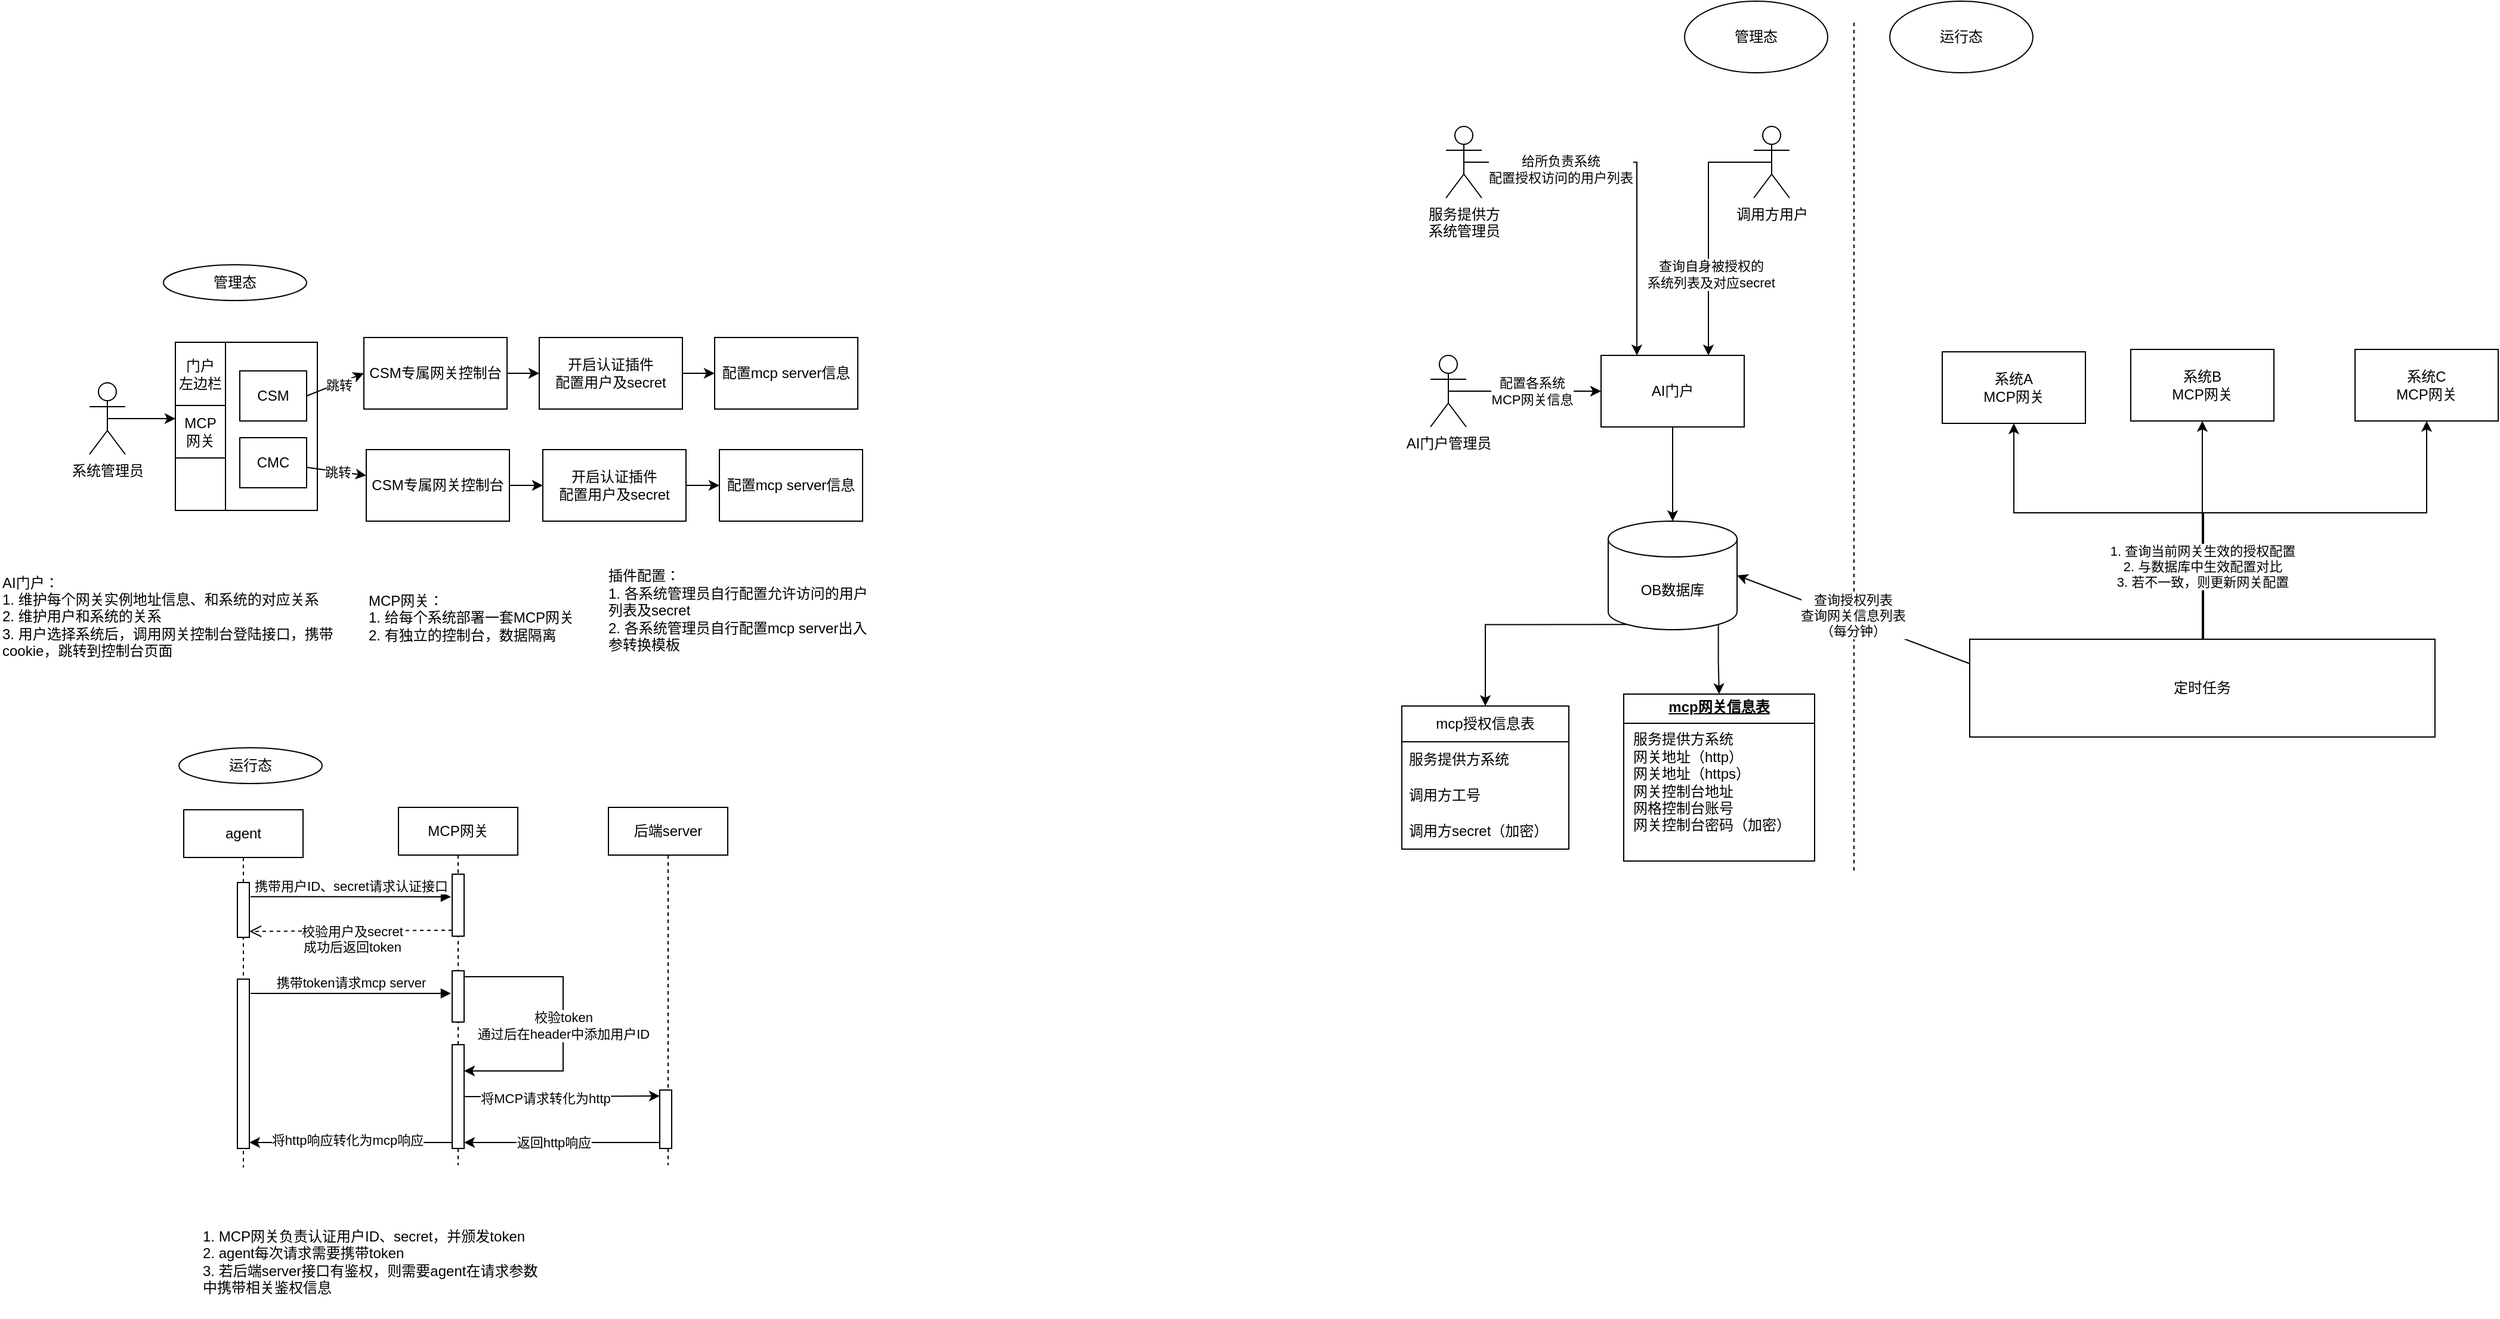
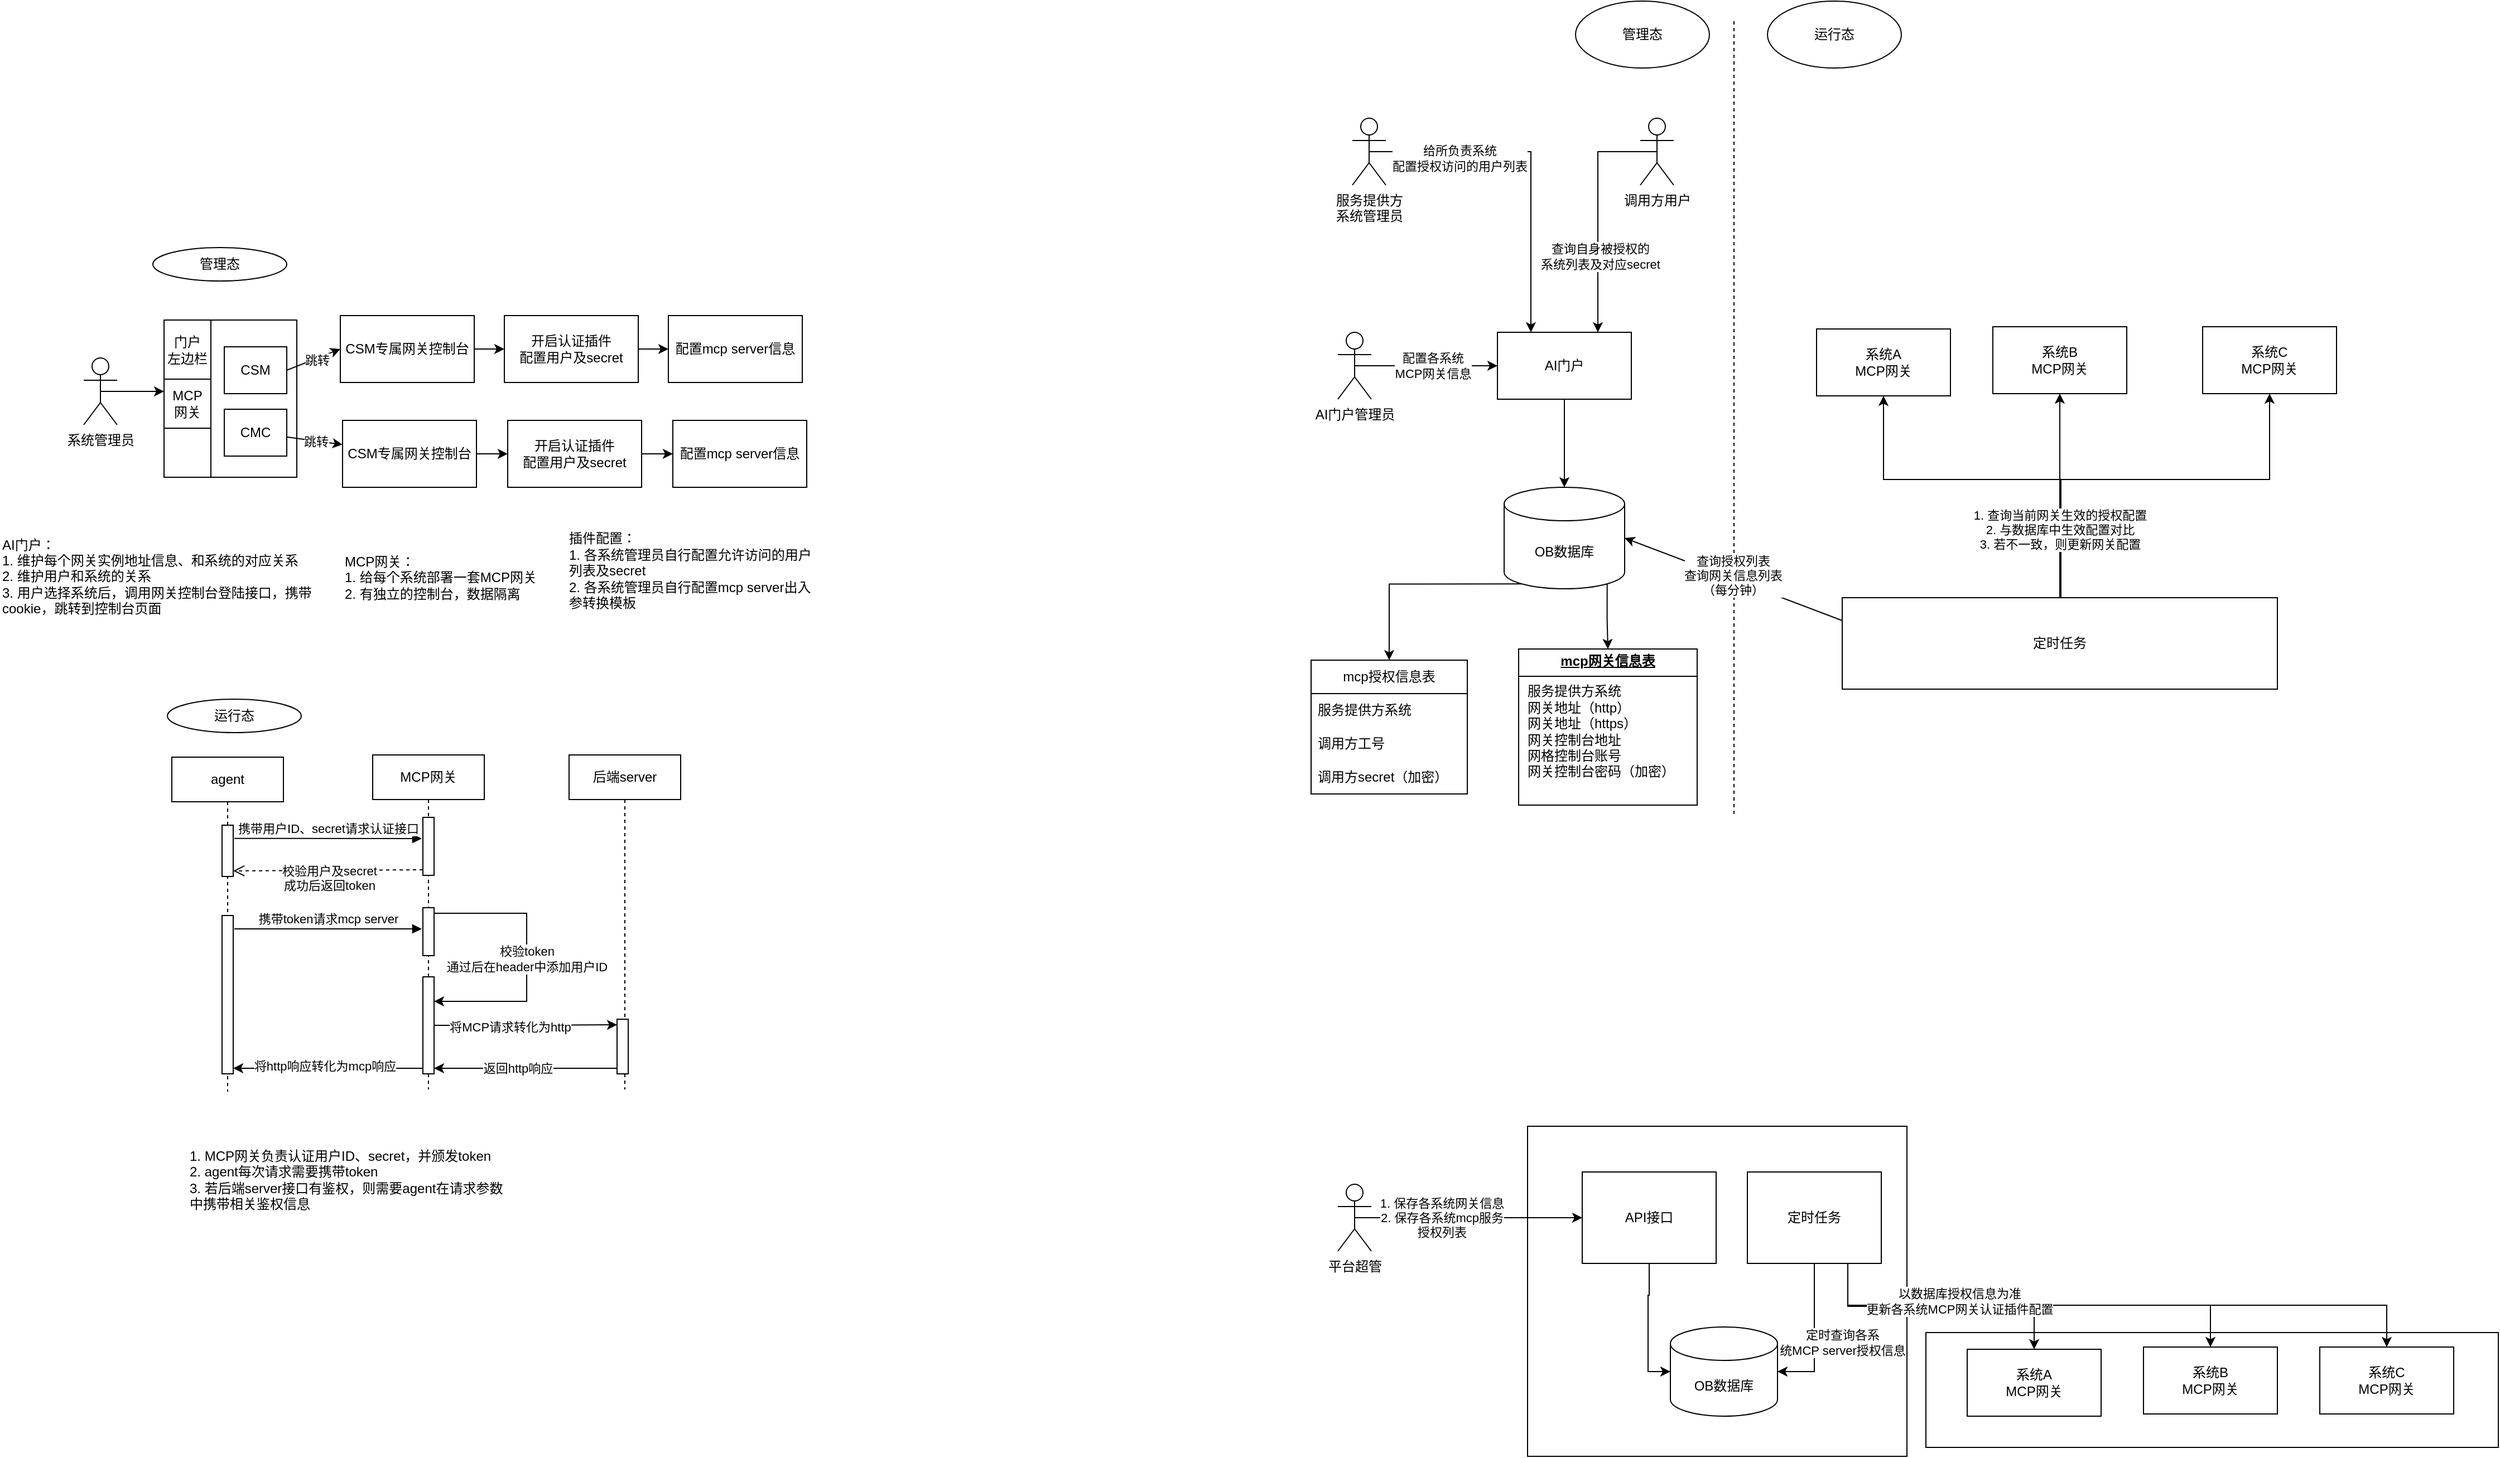
<mxfile host="app.diagrams.net">
  <diagram name="第 1 页" id="v2hsfRa7gXxFo1c_jMZc">
-     <mxGraphModel dx="1734" dy="1271" grid="0" gridSize="10" guides="1" tooltips="1" connect="1" arrows="1" fold="1" page="0" pageScale="1" pageWidth="827" pageHeight="1169" math="0" shadow="0">
+     <mxGraphModel dx="1568" dy="1163" grid="0" gridSize="10" guides="1" tooltips="1" connect="1" arrows="1" fold="1" page="0" pageScale="1" pageWidth="827" pageHeight="1169" math="0" shadow="0">
      <root>
        <mxCell id="0" />
        <mxCell id="1" parent="0" />
+         <mxCell id="0jYzeJ2Ehw4HYuAYkjmJ-43" parent="1" style="rounded=0;whiteSpace=wrap;html=1;" value="" vertex="1">
+           <mxGeometry height="103" width="513" x="1637" y="1012" as="geometry" />
+         </mxCell>
        <mxCell id="Vr7ZYQnQsq7QcT0ujrnK-1" parent="1" style="rounded=0;whiteSpace=wrap;html=1;" value="" vertex="1">
          <mxGeometry height="141" width="119" x="58" y="104" as="geometry" />
        </mxCell>
        <mxCell id="Vr7ZYQnQsq7QcT0ujrnK-2" parent="1" style="rounded=0;whiteSpace=wrap;html=1;" value="" vertex="1">
          <mxGeometry height="141" width="42" x="58" y="104" as="geometry" />
        </mxCell>
        <mxCell id="Vr7ZYQnQsq7QcT0ujrnK-4" parent="1" style="rounded=0;whiteSpace=wrap;html=1;" value="MCP&lt;div&gt;网关&lt;/div&gt;" vertex="1">
          <mxGeometry height="44" width="42" x="58" y="157" as="geometry" />
        </mxCell>
        <mxCell id="Vr7ZYQnQsq7QcT0ujrnK-5" parent="1" style="rounded=0;whiteSpace=wrap;html=1;" value="门户&lt;div&gt;左边栏&lt;/div&gt;" vertex="1">
          <mxGeometry height="53" width="42" x="58" y="104" as="geometry" />
        </mxCell>
        <mxCell id="Vr7ZYQnQsq7QcT0ujrnK-9" edge="1" parent="1" source="Vr7ZYQnQsq7QcT0ujrnK-6" style="rounded=0;orthogonalLoop=1;jettySize=auto;html=1;exitX=1;exitY=0.5;exitDx=0;exitDy=0;entryX=0;entryY=0.5;entryDx=0;entryDy=0;" target="Vr7ZYQnQsq7QcT0ujrnK-8">
          <mxGeometry relative="1" as="geometry" />
        </mxCell>
        <mxCell id="Vr7ZYQnQsq7QcT0ujrnK-12" connectable="0" parent="Vr7ZYQnQsq7QcT0ujrnK-9" style="edgeLabel;html=1;align=center;verticalAlign=middle;resizable=0;points=[];" value="跳转" vertex="1">
          <mxGeometry relative="1" x="0.0797" y="-1" as="geometry">
            <mxPoint as="offset" />
          </mxGeometry>
        </mxCell>
        <mxCell id="Vr7ZYQnQsq7QcT0ujrnK-6" parent="1" style="rounded=0;whiteSpace=wrap;html=1;" value="CSM" vertex="1">
          <mxGeometry height="42" width="56" x="112" y="128" as="geometry" />
        </mxCell>
        <mxCell id="Vr7ZYQnQsq7QcT0ujrnK-11" edge="1" parent="1" source="Vr7ZYQnQsq7QcT0ujrnK-7" style="rounded=0;orthogonalLoop=1;jettySize=auto;html=1;" target="Vr7ZYQnQsq7QcT0ujrnK-10" value="">
          <mxGeometry relative="1" as="geometry" />
        </mxCell>
        <mxCell id="Vr7ZYQnQsq7QcT0ujrnK-13" connectable="0" parent="Vr7ZYQnQsq7QcT0ujrnK-11" style="edgeLabel;html=1;align=center;verticalAlign=middle;resizable=0;points=[];" value="跳转" vertex="1">
          <mxGeometry relative="1" x="0.0168" as="geometry">
            <mxPoint as="offset" />
          </mxGeometry>
        </mxCell>
        <mxCell id="Vr7ZYQnQsq7QcT0ujrnK-7" parent="1" style="rounded=0;whiteSpace=wrap;html=1;" value="CMC" vertex="1">
          <mxGeometry height="42" width="56" x="112" y="184" as="geometry" />
        </mxCell>
        <mxCell id="Vr7ZYQnQsq7QcT0ujrnK-15" edge="1" parent="1" source="Vr7ZYQnQsq7QcT0ujrnK-8" style="edgeStyle=orthogonalEdgeStyle;rounded=0;orthogonalLoop=1;jettySize=auto;html=1;" target="Vr7ZYQnQsq7QcT0ujrnK-14" value="">
          <mxGeometry relative="1" as="geometry" />
        </mxCell>
        <mxCell id="Vr7ZYQnQsq7QcT0ujrnK-8" parent="1" style="rounded=0;whiteSpace=wrap;html=1;" value="CSM专属网关控制台" vertex="1">
          <mxGeometry height="60" width="120" x="216" y="100" as="geometry" />
        </mxCell>
        <mxCell id="Vr7ZYQnQsq7QcT0ujrnK-17" edge="1" parent="1" source="Vr7ZYQnQsq7QcT0ujrnK-10" style="edgeStyle=orthogonalEdgeStyle;rounded=0;orthogonalLoop=1;jettySize=auto;html=1;" target="Vr7ZYQnQsq7QcT0ujrnK-16" value="">
          <mxGeometry relative="1" as="geometry" />
        </mxCell>
        <mxCell id="Vr7ZYQnQsq7QcT0ujrnK-10" parent="1" style="rounded=0;whiteSpace=wrap;html=1;" value="CSM专属网关控制台" vertex="1">
          <mxGeometry height="60" width="120" x="218" y="194" as="geometry" />
        </mxCell>
        <mxCell id="Vr7ZYQnQsq7QcT0ujrnK-43" edge="1" parent="1" source="Vr7ZYQnQsq7QcT0ujrnK-14" style="edgeStyle=orthogonalEdgeStyle;rounded=0;orthogonalLoop=1;jettySize=auto;html=1;" target="Vr7ZYQnQsq7QcT0ujrnK-42" value="">
          <mxGeometry relative="1" as="geometry" />
        </mxCell>
        <mxCell id="Vr7ZYQnQsq7QcT0ujrnK-14" parent="1" style="rounded=0;whiteSpace=wrap;html=1;" value="开启认证插件&lt;div&gt;配置用户及secret&lt;/div&gt;" vertex="1">
          <mxGeometry height="60" width="120" x="363" y="100" as="geometry" />
        </mxCell>
        <mxCell id="Vr7ZYQnQsq7QcT0ujrnK-45" edge="1" parent="1" source="Vr7ZYQnQsq7QcT0ujrnK-16" style="edgeStyle=orthogonalEdgeStyle;rounded=0;orthogonalLoop=1;jettySize=auto;html=1;" target="Vr7ZYQnQsq7QcT0ujrnK-44" value="">
          <mxGeometry relative="1" as="geometry" />
        </mxCell>
        <mxCell id="Vr7ZYQnQsq7QcT0ujrnK-16" parent="1" style="rounded=0;whiteSpace=wrap;html=1;" value="开启认证插件&lt;div&gt;配置用户及secret&lt;/div&gt;" vertex="1">
          <mxGeometry height="60" width="120" x="366" y="194" as="geometry" />
        </mxCell>
        <mxCell id="Vr7ZYQnQsq7QcT0ujrnK-18" parent="1" style="ellipse;whiteSpace=wrap;html=1;" value="管理态" vertex="1">
          <mxGeometry height="30" width="120" x="48" y="39" as="geometry" />
        </mxCell>
        <mxCell id="Vr7ZYQnQsq7QcT0ujrnK-19" parent="1" style="ellipse;whiteSpace=wrap;html=1;" value="运行态" vertex="1">
          <mxGeometry height="30" width="120" x="61" y="444" as="geometry" />
        </mxCell>
        <mxCell id="Vr7ZYQnQsq7QcT0ujrnK-20" parent="1" style="shape=umlLifeline;perimeter=lifelinePerimeter;whiteSpace=wrap;html=1;container=1;dropTarget=0;collapsible=0;recursiveResize=0;outlineConnect=0;portConstraint=eastwest;newEdgeStyle={&quot;curved&quot;:0,&quot;rounded&quot;:0};" value="agent" vertex="1">
          <mxGeometry height="300" width="100" x="65" y="496" as="geometry" />
        </mxCell>
        <mxCell id="Vr7ZYQnQsq7QcT0ujrnK-26" parent="Vr7ZYQnQsq7QcT0ujrnK-20" style="html=1;points=[[0,0,0,0,5],[0,1,0,0,-5],[1,0,0,0,5],[1,1,0,0,-5]];perimeter=orthogonalPerimeter;outlineConnect=0;targetShapes=umlLifeline;portConstraint=eastwest;newEdgeStyle={&quot;curved&quot;:0,&quot;rounded&quot;:0};" value="" vertex="1">
          <mxGeometry height="46" width="10" x="45" y="61" as="geometry" />
        </mxCell>
        <mxCell id="Vr7ZYQnQsq7QcT0ujrnK-21" parent="1" style="shape=umlLifeline;perimeter=lifelinePerimeter;whiteSpace=wrap;html=1;container=1;dropTarget=0;collapsible=0;recursiveResize=0;outlineConnect=0;portConstraint=eastwest;newEdgeStyle={&quot;curved&quot;:0,&quot;rounded&quot;:0};" value="MCP网关" vertex="1">
          <mxGeometry height="300" width="100" x="245" y="494" as="geometry" />
        </mxCell>
        <mxCell id="Vr7ZYQnQsq7QcT0ujrnK-23" parent="Vr7ZYQnQsq7QcT0ujrnK-21" style="html=1;points=[[0,0,0,0,5],[0,1,0,0,-5],[1,0,0,0,5],[1,1,0,0,-5]];perimeter=orthogonalPerimeter;outlineConnect=0;targetShapes=umlLifeline;portConstraint=eastwest;newEdgeStyle={&quot;curved&quot;:0,&quot;rounded&quot;:0};" value="" vertex="1">
          <mxGeometry height="52" width="10" x="45" y="56" as="geometry" />
        </mxCell>
        <mxCell id="Vr7ZYQnQsq7QcT0ujrnK-31" edge="1" parent="Vr7ZYQnQsq7QcT0ujrnK-21" source="Vr7ZYQnQsq7QcT0ujrnK-28" style="edgeStyle=orthogonalEdgeStyle;rounded=0;orthogonalLoop=1;jettySize=auto;html=1;curved=0;exitX=1;exitY=0;exitDx=0;exitDy=5;exitPerimeter=0;" target="Vr7ZYQnQsq7QcT0ujrnK-30">
          <mxGeometry relative="1" as="geometry">
            <Array as="points">
              <mxPoint x="138" y="142" />
              <mxPoint x="138" y="221" />
            </Array>
          </mxGeometry>
        </mxCell>
        <mxCell id="Vr7ZYQnQsq7QcT0ujrnK-32" connectable="0" parent="Vr7ZYQnQsq7QcT0ujrnK-31" style="edgeLabel;html=1;align=center;verticalAlign=middle;resizable=0;points=[];" value="校验token&lt;div&gt;通过后在header中添加用户ID&lt;/div&gt;" vertex="1">
          <mxGeometry relative="1" x="-0.2068" y="1" as="geometry">
            <mxPoint x="-1" y="27" as="offset" />
          </mxGeometry>
        </mxCell>
        <mxCell id="Vr7ZYQnQsq7QcT0ujrnK-28" parent="Vr7ZYQnQsq7QcT0ujrnK-21" style="html=1;points=[[0,0,0,0,5],[0,1,0,0,-5],[1,0,0,0,5],[1,1,0,0,-5]];perimeter=orthogonalPerimeter;outlineConnect=0;targetShapes=umlLifeline;portConstraint=eastwest;newEdgeStyle={&quot;curved&quot;:0,&quot;rounded&quot;:0};" value="" vertex="1">
          <mxGeometry height="43" width="10" x="45" y="137" as="geometry" />
        </mxCell>
        <mxCell id="Vr7ZYQnQsq7QcT0ujrnK-27" parent="Vr7ZYQnQsq7QcT0ujrnK-21" style="html=1;points=[[0,0,0,0,5],[0,1,0,0,-5],[1,0,0,0,5],[1,1,0,0,-5]];perimeter=orthogonalPerimeter;outlineConnect=0;targetShapes=umlLifeline;portConstraint=eastwest;newEdgeStyle={&quot;curved&quot;:0,&quot;rounded&quot;:0};" value="" vertex="1">
          <mxGeometry height="142" width="10" x="-135" y="144" as="geometry" />
        </mxCell>
        <mxCell id="Vr7ZYQnQsq7QcT0ujrnK-29" edge="1" parent="Vr7ZYQnQsq7QcT0ujrnK-21" style="html=1;verticalAlign=bottom;endArrow=block;curved=0;rounded=0;exitX=0.56;exitY=0.243;exitDx=0;exitDy=0;exitPerimeter=0;" value="携带token请求mcp server">
          <mxGeometry relative="1" as="geometry">
            <mxPoint x="-124" y="156" as="sourcePoint" />
            <mxPoint x="44" y="156" as="targetPoint" />
          </mxGeometry>
        </mxCell>
        <mxCell id="Vr7ZYQnQsq7QcT0ujrnK-30" parent="Vr7ZYQnQsq7QcT0ujrnK-21" style="html=1;points=[[0,0,0,0,5],[0,1,0,0,-5],[1,0,0,0,5],[1,1,0,0,-5]];perimeter=orthogonalPerimeter;outlineConnect=0;targetShapes=umlLifeline;portConstraint=eastwest;newEdgeStyle={&quot;curved&quot;:0,&quot;rounded&quot;:0};" value="" vertex="1">
          <mxGeometry height="87" width="10" x="45" y="199" as="geometry" />
        </mxCell>
        <mxCell id="Vr7ZYQnQsq7QcT0ujrnK-39" edge="1" parent="Vr7ZYQnQsq7QcT0ujrnK-21" source="Vr7ZYQnQsq7QcT0ujrnK-30" style="edgeStyle=orthogonalEdgeStyle;rounded=0;orthogonalLoop=1;jettySize=auto;html=1;curved=0;exitX=0;exitY=1;exitDx=0;exitDy=-5;exitPerimeter=0;entryX=1;entryY=1;entryDx=0;entryDy=-5;entryPerimeter=0;" target="Vr7ZYQnQsq7QcT0ujrnK-27">
          <mxGeometry relative="1" as="geometry" />
        </mxCell>
        <mxCell id="Vr7ZYQnQsq7QcT0ujrnK-41" connectable="0" parent="Vr7ZYQnQsq7QcT0ujrnK-39" style="edgeLabel;html=1;align=center;verticalAlign=middle;resizable=0;points=[];" value="将http响应转化为mcp响应" vertex="1">
          <mxGeometry relative="1" x="0.0353" y="-2" as="geometry">
            <mxPoint as="offset" />
          </mxGeometry>
        </mxCell>
        <mxCell id="Vr7ZYQnQsq7QcT0ujrnK-22" parent="1" style="shape=umlLifeline;perimeter=lifelinePerimeter;whiteSpace=wrap;html=1;container=1;dropTarget=0;collapsible=0;recursiveResize=0;outlineConnect=0;portConstraint=eastwest;newEdgeStyle={&quot;curved&quot;:0,&quot;rounded&quot;:0};" value="后端server" vertex="1">
          <mxGeometry height="300" width="100" x="421" y="494" as="geometry" />
        </mxCell>
        <mxCell id="Vr7ZYQnQsq7QcT0ujrnK-33" parent="Vr7ZYQnQsq7QcT0ujrnK-22" style="html=1;points=[[0,0,0,0,5],[0,1,0,0,-5],[1,0,0,0,5],[1,1,0,0,-5]];perimeter=orthogonalPerimeter;outlineConnect=0;targetShapes=umlLifeline;portConstraint=eastwest;newEdgeStyle={&quot;curved&quot;:0,&quot;rounded&quot;:0};" value="" vertex="1">
          <mxGeometry height="49" width="10" x="43" y="237" as="geometry" />
        </mxCell>
        <mxCell id="Vr7ZYQnQsq7QcT0ujrnK-24" edge="1" parent="1" source="Vr7ZYQnQsq7QcT0ujrnK-20" style="html=1;verticalAlign=bottom;endArrow=block;curved=0;rounded=0;exitX=0.56;exitY=0.243;exitDx=0;exitDy=0;exitPerimeter=0;" value="携带用户ID、secret请求认证接口">
          <mxGeometry relative="1" as="geometry">
            <mxPoint x="121" y="574" as="sourcePoint" />
            <mxPoint x="289" y="569" as="targetPoint" />
          </mxGeometry>
        </mxCell>
        <mxCell id="Vr7ZYQnQsq7QcT0ujrnK-35" edge="1" parent="1" source="Vr7ZYQnQsq7QcT0ujrnK-23" style="html=1;verticalAlign=bottom;endArrow=open;dashed=1;endSize=8;curved=0;rounded=0;exitX=0;exitY=1;exitDx=0;exitDy=-5;exitPerimeter=0;entryX=1;entryY=1;entryDx=0;entryDy=-5;entryPerimeter=0;" target="Vr7ZYQnQsq7QcT0ujrnK-26" value="校验用户及secret&lt;div&gt;成功后返回token&lt;/div&gt;">
          <mxGeometry relative="1" x="-0.0102" y="23" as="geometry">
            <mxPoint as="offset" />
            <mxPoint x="266" y="592" as="sourcePoint" />
            <mxPoint x="198" y="595" as="targetPoint" />
          </mxGeometry>
        </mxCell>
        <mxCell id="Vr7ZYQnQsq7QcT0ujrnK-36" edge="1" parent="1" source="Vr7ZYQnQsq7QcT0ujrnK-30" style="edgeStyle=orthogonalEdgeStyle;rounded=0;orthogonalLoop=1;jettySize=auto;html=1;curved=0;entryX=0;entryY=0;entryDx=0;entryDy=5;entryPerimeter=0;" target="Vr7ZYQnQsq7QcT0ujrnK-33">
          <mxGeometry relative="1" as="geometry" />
        </mxCell>
        <mxCell id="Vr7ZYQnQsq7QcT0ujrnK-37" connectable="0" parent="Vr7ZYQnQsq7QcT0ujrnK-36" style="edgeLabel;html=1;align=center;verticalAlign=middle;resizable=0;points=[];" value="将MCP请求转化为http" vertex="1">
          <mxGeometry relative="1" x="-0.1733" as="geometry">
            <mxPoint y="1" as="offset" />
          </mxGeometry>
        </mxCell>
        <mxCell id="Vr7ZYQnQsq7QcT0ujrnK-38" edge="1" parent="1" source="Vr7ZYQnQsq7QcT0ujrnK-33" style="edgeStyle=orthogonalEdgeStyle;rounded=0;orthogonalLoop=1;jettySize=auto;html=1;curved=0;exitX=0;exitY=1;exitDx=0;exitDy=-5;exitPerimeter=0;entryX=1;entryY=1;entryDx=0;entryDy=-5;entryPerimeter=0;" target="Vr7ZYQnQsq7QcT0ujrnK-30">
          <mxGeometry relative="1" as="geometry" />
        </mxCell>
        <mxCell id="Vr7ZYQnQsq7QcT0ujrnK-40" connectable="0" parent="Vr7ZYQnQsq7QcT0ujrnK-38" style="edgeLabel;html=1;align=center;verticalAlign=middle;resizable=0;points=[];" value="返回http响应" vertex="1">
          <mxGeometry relative="1" x="0.0854" as="geometry">
            <mxPoint as="offset" />
          </mxGeometry>
        </mxCell>
        <mxCell id="Vr7ZYQnQsq7QcT0ujrnK-42" parent="1" style="rounded=0;whiteSpace=wrap;html=1;" value="配置mcp server信息" vertex="1">
          <mxGeometry height="60" width="120" x="510" y="100" as="geometry" />
        </mxCell>
        <mxCell id="Vr7ZYQnQsq7QcT0ujrnK-44" parent="1" style="rounded=0;whiteSpace=wrap;html=1;" value="配置mcp server信息" vertex="1">
          <mxGeometry height="60" width="120" x="514" y="194" as="geometry" />
        </mxCell>
        <mxCell id="Vr7ZYQnQsq7QcT0ujrnK-47" parent="1" style="text;html=1;whiteSpace=wrap;strokeColor=none;fillColor=none;align=left;verticalAlign=middle;rounded=0;" value="AI门户：&lt;div&gt;1. 维护每个网关实例地址信息、和系统的对应关系&lt;/div&gt;&lt;div&gt;2. 维护用户和系统的关系&lt;/div&gt;&lt;div&gt;3. 用户选择系统后，调用网关控制台登陆接口，携带cookie，跳转到控制台页面&lt;/div&gt;" vertex="1">
          <mxGeometry height="124" width="280" x="-89" y="272" as="geometry" />
        </mxCell>
        <mxCell id="Vr7ZYQnQsq7QcT0ujrnK-48" parent="1" style="text;html=1;whiteSpace=wrap;strokeColor=none;fillColor=none;align=left;verticalAlign=middle;rounded=0;" value="1. MCP网关负责认证用户ID、secret，并颁发token&lt;br&gt;2. agent每次请求需要携带token&lt;br&gt;&lt;div&gt;3. 若后端server接口有鉴权，则需要agent在请求参数中携带相关鉴权信息&lt;/div&gt;" vertex="1">
          <mxGeometry height="95" width="287" x="79" y="827" as="geometry" />
        </mxCell>
        <mxCell id="Vr7ZYQnQsq7QcT0ujrnK-49" parent="1" style="text;html=1;whiteSpace=wrap;strokeColor=none;fillColor=none;align=left;verticalAlign=middle;rounded=0;" value="MCP网关：&lt;div&gt;1. 给每个系统部署一套MCP网关&lt;/div&gt;&lt;div&gt;2. 有独立的控制台，数据隔离&lt;/div&gt;&lt;div&gt;&lt;br&gt;&lt;/div&gt;" vertex="1">
          <mxGeometry height="124" width="178" x="218" y="280" as="geometry" />
        </mxCell>
        <mxCell id="Vr7ZYQnQsq7QcT0ujrnK-53" edge="1" parent="1" source="Vr7ZYQnQsq7QcT0ujrnK-50" style="edgeStyle=orthogonalEdgeStyle;rounded=0;orthogonalLoop=1;jettySize=auto;html=1;exitX=0.5;exitY=0.5;exitDx=0;exitDy=0;exitPerimeter=0;entryX=0;entryY=0.25;entryDx=0;entryDy=0;" target="Vr7ZYQnQsq7QcT0ujrnK-4">
          <mxGeometry relative="1" as="geometry" />
        </mxCell>
        <mxCell id="Vr7ZYQnQsq7QcT0ujrnK-50" parent="1" style="shape=umlActor;verticalLabelPosition=bottom;verticalAlign=top;html=1;outlineConnect=0;" value="系统管理员" vertex="1">
          <mxGeometry height="60" width="30" x="-14" y="138" as="geometry" />
        </mxCell>
        <mxCell id="Vr7ZYQnQsq7QcT0ujrnK-54" parent="1" style="text;html=1;whiteSpace=wrap;strokeColor=none;fillColor=none;align=left;verticalAlign=middle;rounded=0;" value="插件配置：&lt;div&gt;1. 各系统管理员自行配置允许访问的用户列表及secret&lt;/div&gt;&lt;div&gt;2.&amp;nbsp;&lt;span style=&quot;background-color: transparent; color: light-dark(rgb(0, 0, 0), rgb(255, 255, 255));&quot;&gt;各系统管理员自行配置mcp server出入参转换模板&lt;/span&gt;&lt;/div&gt;&lt;div&gt;&lt;br&gt;&lt;/div&gt;" vertex="1">
          <mxGeometry height="124" width="228" x="419" y="274" as="geometry" />
        </mxCell>
        <mxCell id="Vr7ZYQnQsq7QcT0ujrnK-63" edge="1" parent="1" source="Vr7ZYQnQsq7QcT0ujrnK-55" style="edgeStyle=orthogonalEdgeStyle;rounded=0;orthogonalLoop=1;jettySize=auto;html=1;" target="Vr7ZYQnQsq7QcT0ujrnK-62" value="">
          <mxGeometry relative="1" as="geometry" />
        </mxCell>
        <mxCell id="Vr7ZYQnQsq7QcT0ujrnK-55" parent="1" style="rounded=0;whiteSpace=wrap;html=1;" value="AI门户" vertex="1">
          <mxGeometry height="60" width="120" x="1253" y="115" as="geometry" />
        </mxCell>
        <mxCell id="Vr7ZYQnQsq7QcT0ujrnK-60" edge="1" parent="1" source="Vr7ZYQnQsq7QcT0ujrnK-56" style="edgeStyle=orthogonalEdgeStyle;rounded=0;orthogonalLoop=1;jettySize=auto;html=1;exitX=0.5;exitY=0.5;exitDx=0;exitDy=0;exitPerimeter=0;entryX=0.25;entryY=0;entryDx=0;entryDy=0;" target="Vr7ZYQnQsq7QcT0ujrnK-55">
          <mxGeometry relative="1" as="geometry" />
        </mxCell>
        <mxCell id="Vr7ZYQnQsq7QcT0ujrnK-61" connectable="0" parent="Vr7ZYQnQsq7QcT0ujrnK-60" style="edgeLabel;html=1;align=center;verticalAlign=middle;resizable=0;points=[];" value="给所负责系统&lt;div&gt;配置授权访问的用户列表&lt;/div&gt;" vertex="1">
          <mxGeometry relative="1" x="-0.0388" y="-1" as="geometry">
            <mxPoint x="-63" y="3" as="offset" />
          </mxGeometry>
        </mxCell>
        <mxCell id="Vr7ZYQnQsq7QcT0ujrnK-56" parent="1" style="shape=umlActor;verticalLabelPosition=bottom;verticalAlign=top;html=1;outlineConnect=0;" value="服务提供方&lt;div&gt;系统管理员&lt;/div&gt;" vertex="1">
          <mxGeometry height="60" width="30" x="1123" y="-77" as="geometry" />
        </mxCell>
        <mxCell id="Vr7ZYQnQsq7QcT0ujrnK-68" edge="1" parent="1" source="Vr7ZYQnQsq7QcT0ujrnK-62" style="edgeStyle=orthogonalEdgeStyle;rounded=0;orthogonalLoop=1;jettySize=auto;html=1;entryX=0.5;entryY=0;entryDx=0;entryDy=0;exitX=0.145;exitY=1;exitDx=0;exitDy=-4.35;exitPerimeter=0;" target="Vr7ZYQnQsq7QcT0ujrnK-64" value="">
          <mxGeometry relative="1" as="geometry" />
        </mxCell>
        <mxCell id="0jYzeJ2Ehw4HYuAYkjmJ-21" edge="1" parent="1" source="Vr7ZYQnQsq7QcT0ujrnK-62" style="edgeStyle=orthogonalEdgeStyle;rounded=0;orthogonalLoop=1;jettySize=auto;html=1;exitX=0.855;exitY=1;exitDx=0;exitDy=-4.35;exitPerimeter=0;entryX=0.5;entryY=0;entryDx=0;entryDy=0;" target="0jYzeJ2Ehw4HYuAYkjmJ-20">
          <mxGeometry relative="1" as="geometry" />
        </mxCell>
        <mxCell id="Vr7ZYQnQsq7QcT0ujrnK-62" parent="1" style="shape=cylinder3;whiteSpace=wrap;html=1;boundedLbl=1;backgroundOutline=1;size=15;" value="OB数据库" vertex="1">
          <mxGeometry height="91" width="108" x="1259" y="254" as="geometry" />
        </mxCell>
        <mxCell id="Vr7ZYQnQsq7QcT0ujrnK-64" parent="1" style="swimlane;fontStyle=0;childLayout=stackLayout;horizontal=1;startSize=30;horizontalStack=0;resizeParent=1;resizeParentMax=0;resizeLast=0;collapsible=1;marginBottom=0;whiteSpace=wrap;html=1;" value="mcp授权信息表" vertex="1">
          <mxGeometry height="120" width="140" x="1086" y="409" as="geometry" />
        </mxCell>
        <mxCell id="Vr7ZYQnQsq7QcT0ujrnK-65" parent="Vr7ZYQnQsq7QcT0ujrnK-64" style="text;strokeColor=none;fillColor=none;align=left;verticalAlign=middle;spacingLeft=4;spacingRight=4;overflow=hidden;points=[[0,0.5],[1,0.5]];portConstraint=eastwest;rotatable=0;whiteSpace=wrap;html=1;" value="服务提供方系统" vertex="1">
          <mxGeometry height="30" width="140" y="30" as="geometry" />
        </mxCell>
        <mxCell id="Vr7ZYQnQsq7QcT0ujrnK-66" parent="Vr7ZYQnQsq7QcT0ujrnK-64" style="text;strokeColor=none;fillColor=none;align=left;verticalAlign=middle;spacingLeft=4;spacingRight=4;overflow=hidden;points=[[0,0.5],[1,0.5]];portConstraint=eastwest;rotatable=0;whiteSpace=wrap;html=1;" value="调用方工号" vertex="1">
          <mxGeometry height="30" width="140" y="60" as="geometry" />
        </mxCell>
        <mxCell id="Vr7ZYQnQsq7QcT0ujrnK-67" parent="Vr7ZYQnQsq7QcT0ujrnK-64" style="text;strokeColor=none;fillColor=none;align=left;verticalAlign=middle;spacingLeft=4;spacingRight=4;overflow=hidden;points=[[0,0.5],[1,0.5]];portConstraint=eastwest;rotatable=0;whiteSpace=wrap;html=1;" value="调用方secret（加密）" vertex="1">
          <mxGeometry height="30" width="140" y="90" as="geometry" />
        </mxCell>
        <mxCell id="Vr7ZYQnQsq7QcT0ujrnK-81" edge="1" parent="1" source="Vr7ZYQnQsq7QcT0ujrnK-69" style="edgeStyle=orthogonalEdgeStyle;rounded=0;orthogonalLoop=1;jettySize=auto;html=1;exitX=0.5;exitY=0;exitDx=0;exitDy=0;entryX=0.5;entryY=1;entryDx=0;entryDy=0;" target="Vr7ZYQnQsq7QcT0ujrnK-70">
          <mxGeometry relative="1" as="geometry">
            <Array as="points">
              <mxPoint x="1758" y="247" />
              <mxPoint x="1599" y="247" />
            </Array>
          </mxGeometry>
        </mxCell>
        <mxCell id="Vr7ZYQnQsq7QcT0ujrnK-82" edge="1" parent="1" source="Vr7ZYQnQsq7QcT0ujrnK-69" style="edgeStyle=orthogonalEdgeStyle;rounded=0;orthogonalLoop=1;jettySize=auto;html=1;exitX=0.5;exitY=0;exitDx=0;exitDy=0;" target="Vr7ZYQnQsq7QcT0ujrnK-78">
          <mxGeometry relative="1" as="geometry" />
        </mxCell>
        <mxCell id="Vr7ZYQnQsq7QcT0ujrnK-83" edge="1" parent="1" source="Vr7ZYQnQsq7QcT0ujrnK-69" style="edgeStyle=orthogonalEdgeStyle;rounded=0;orthogonalLoop=1;jettySize=auto;html=1;exitX=0.5;exitY=0;exitDx=0;exitDy=0;entryX=0.5;entryY=1;entryDx=0;entryDy=0;" target="Vr7ZYQnQsq7QcT0ujrnK-79">
          <mxGeometry relative="1" as="geometry">
            <Array as="points">
              <mxPoint x="1758" y="247" />
              <mxPoint x="1945" y="247" />
            </Array>
          </mxGeometry>
        </mxCell>
        <mxCell id="0jYzeJ2Ehw4HYuAYkjmJ-1" connectable="0" parent="Vr7ZYQnQsq7QcT0ujrnK-83" style="edgeLabel;html=1;align=center;verticalAlign=middle;resizable=0;points=[];" value="1. 查询当前网关生效的授权配置&lt;div&gt;2. 与数据库中生效配置对比&lt;/div&gt;&lt;div&gt;3. 若不一致，则更新网关配置&lt;/div&gt;" vertex="1">
          <mxGeometry relative="1" x="-0.5173" y="2" as="geometry">
            <mxPoint x="1" y="27" as="offset" />
          </mxGeometry>
        </mxCell>
        <mxCell id="Vr7ZYQnQsq7QcT0ujrnK-69" parent="1" style="rounded=0;whiteSpace=wrap;html=1;" value="定时任务" vertex="1">
          <mxGeometry height="82" width="390" x="1562" y="353" as="geometry" />
        </mxCell>
        <mxCell id="Vr7ZYQnQsq7QcT0ujrnK-70" parent="1" style="rounded=0;whiteSpace=wrap;html=1;" value="系统A&lt;div&gt;MCP网关&lt;/div&gt;" vertex="1">
          <mxGeometry height="60" width="120" x="1539" y="112" as="geometry" />
        </mxCell>
        <mxCell id="Vr7ZYQnQsq7QcT0ujrnK-74" edge="1" parent="1" source="Vr7ZYQnQsq7QcT0ujrnK-72" style="edgeStyle=orthogonalEdgeStyle;rounded=0;orthogonalLoop=1;jettySize=auto;html=1;entryX=0.75;entryY=0;entryDx=0;entryDy=0;exitX=0.5;exitY=0.5;exitDx=0;exitDy=0;exitPerimeter=0;" target="Vr7ZYQnQsq7QcT0ujrnK-55" value="">
          <mxGeometry relative="1" as="geometry">
            <mxPoint x="1313" y="-9" as="sourcePoint" />
            <mxPoint x="1313" y="40" as="targetPoint" />
          </mxGeometry>
        </mxCell>
        <mxCell id="Vr7ZYQnQsq7QcT0ujrnK-75" connectable="0" parent="Vr7ZYQnQsq7QcT0ujrnK-74" style="edgeLabel;html=1;align=center;verticalAlign=middle;resizable=0;points=[];" value="查询自身被授权的&lt;div&gt;系统列表及对应secret&lt;/div&gt;" vertex="1">
          <mxGeometry relative="1" x="-0.0323" y="1" as="geometry">
            <mxPoint x="1" y="43" as="offset" />
          </mxGeometry>
        </mxCell>
        <mxCell id="Vr7ZYQnQsq7QcT0ujrnK-72" parent="1" style="shape=umlActor;verticalLabelPosition=bottom;verticalAlign=top;html=1;outlineConnect=0;" value="调用方用户" vertex="1">
          <mxGeometry height="60" width="30" x="1381" y="-77" as="geometry" />
        </mxCell>
        <mxCell id="Vr7ZYQnQsq7QcT0ujrnK-76" edge="1" parent="1" style="endArrow=none;dashed=1;html=1;rounded=0;" value="">
          <mxGeometry height="50" relative="1" width="50" as="geometry">
            <mxPoint x="1465" y="547" as="sourcePoint" />
            <mxPoint x="1465" y="-165" as="targetPoint" />
          </mxGeometry>
        </mxCell>
        <mxCell id="Vr7ZYQnQsq7QcT0ujrnK-78" parent="1" style="rounded=0;whiteSpace=wrap;html=1;" value="系统B&lt;div&gt;MCP网关&lt;/div&gt;" vertex="1">
          <mxGeometry height="60" width="120" x="1697" y="110" as="geometry" />
        </mxCell>
        <mxCell id="Vr7ZYQnQsq7QcT0ujrnK-79" parent="1" style="rounded=0;whiteSpace=wrap;html=1;" value="系统C&lt;div&gt;MCP网关&lt;/div&gt;" vertex="1">
          <mxGeometry height="60" width="120" x="1885" y="110" as="geometry" />
        </mxCell>
        <mxCell id="Vr7ZYQnQsq7QcT0ujrnK-80" edge="1" parent="1" source="Vr7ZYQnQsq7QcT0ujrnK-69" style="rounded=0;orthogonalLoop=1;jettySize=auto;html=1;exitX=0;exitY=0.25;exitDx=0;exitDy=0;entryX=1;entryY=0.5;entryDx=0;entryDy=0;entryPerimeter=0;" target="Vr7ZYQnQsq7QcT0ujrnK-62">
          <mxGeometry relative="1" as="geometry" />
        </mxCell>
        <mxCell id="Vr7ZYQnQsq7QcT0ujrnK-84" connectable="0" parent="Vr7ZYQnQsq7QcT0ujrnK-80" style="edgeLabel;html=1;align=center;verticalAlign=middle;resizable=0;points=[];" value="查询授权列表&lt;div&gt;查询网关信息列表&lt;/div&gt;&lt;div&gt;（每分钟）&lt;/div&gt;" vertex="1">
          <mxGeometry relative="1" x="0.0227" y="-3" as="geometry">
            <mxPoint as="offset" />
          </mxGeometry>
        </mxCell>
        <mxCell id="0jYzeJ2Ehw4HYuAYkjmJ-2" parent="1" style="ellipse;whiteSpace=wrap;html=1;" value="管理态" vertex="1">
          <mxGeometry height="60" width="120" x="1323" y="-182" as="geometry" />
        </mxCell>
        <mxCell id="0jYzeJ2Ehw4HYuAYkjmJ-3" parent="1" style="ellipse;whiteSpace=wrap;html=1;" value="运行态" vertex="1">
          <mxGeometry height="60" width="120" x="1495" y="-182" as="geometry" />
        </mxCell>
        <mxCell id="0jYzeJ2Ehw4HYuAYkjmJ-20" parent="1" style="verticalAlign=top;align=left;overflow=fill;html=1;whiteSpace=wrap;" value="&lt;p style=&quot;margin:0px;margin-top:4px;text-align:center;text-decoration:underline;&quot;&gt;&lt;b&gt;mcp网关信息表&lt;/b&gt;&lt;/p&gt;&lt;hr size=&quot;1&quot; style=&quot;border-style:solid;&quot;&gt;&lt;p style=&quot;margin:0px;margin-left:8px;&quot;&gt;服务提供方系统&lt;/p&gt;&lt;p style=&quot;margin: 0px 0px 0px 8px;&quot;&gt;网关地址（http）&lt;/p&gt;&lt;p style=&quot;margin: 0px 0px 0px 8px;&quot;&gt;网关地址（https）&lt;/p&gt;&lt;p style=&quot;margin:0px;margin-left:8px;&quot;&gt;网关控制台地址&lt;/p&gt;&lt;p style=&quot;margin:0px;margin-left:8px;&quot;&gt;网格控制台账号&lt;/p&gt;&lt;p style=&quot;margin:0px;margin-left:8px;&quot;&gt;网关控制台密码（加密）&lt;/p&gt;&lt;p style=&quot;margin:0px;margin-left:8px;&quot;&gt;&lt;br&gt;&lt;/p&gt;" vertex="1">
          <mxGeometry height="140" width="160" x="1272" y="399" as="geometry" />
        </mxCell>
        <mxCell id="0jYzeJ2Ehw4HYuAYkjmJ-24" edge="1" parent="1" source="0jYzeJ2Ehw4HYuAYkjmJ-23" style="edgeStyle=orthogonalEdgeStyle;rounded=0;orthogonalLoop=1;jettySize=auto;html=1;exitX=0.5;exitY=0.5;exitDx=0;exitDy=0;exitPerimeter=0;entryX=0;entryY=0.5;entryDx=0;entryDy=0;" target="Vr7ZYQnQsq7QcT0ujrnK-55">
          <mxGeometry relative="1" as="geometry" />
        </mxCell>
        <mxCell id="0jYzeJ2Ehw4HYuAYkjmJ-27" connectable="0" parent="0jYzeJ2Ehw4HYuAYkjmJ-24" style="edgeLabel;html=1;align=center;verticalAlign=middle;resizable=0;points=[];" value="配置各系统&lt;div&gt;MCP网关信息&lt;/div&gt;" vertex="1">
          <mxGeometry relative="1" x="0.0871" as="geometry">
            <mxPoint as="offset" />
          </mxGeometry>
        </mxCell>
        <mxCell id="0jYzeJ2Ehw4HYuAYkjmJ-23" parent="1" style="shape=umlActor;verticalLabelPosition=bottom;verticalAlign=top;html=1;outlineConnect=0;" value="AI门户管理员" vertex="1">
          <mxGeometry height="60" width="30" x="1110" y="115" as="geometry" />
        </mxCell>
+         <mxCell id="0jYzeJ2Ehw4HYuAYkjmJ-28" parent="1" style="rounded=0;whiteSpace=wrap;html=1;" value="" vertex="1">
+           <mxGeometry height="296" width="340" x="1280" y="827" as="geometry" />
+         </mxCell>
+         <mxCell id="0jYzeJ2Ehw4HYuAYkjmJ-29" parent="1" style="rounded=0;whiteSpace=wrap;html=1;" value="API接口" vertex="1">
+           <mxGeometry height="82" width="120" x="1329" y="868" as="geometry" />
+         </mxCell>
+         <mxCell id="0jYzeJ2Ehw4HYuAYkjmJ-44" edge="1" parent="1" source="0jYzeJ2Ehw4HYuAYkjmJ-32" style="edgeStyle=orthogonalEdgeStyle;rounded=0;orthogonalLoop=1;jettySize=auto;html=1;exitX=0.75;exitY=1;exitDx=0;exitDy=0;" target="0jYzeJ2Ehw4HYuAYkjmJ-40">
+           <mxGeometry relative="1" as="geometry" />
+         </mxCell>
+         <mxCell id="0jYzeJ2Ehw4HYuAYkjmJ-45" edge="1" parent="1" source="0jYzeJ2Ehw4HYuAYkjmJ-32" style="edgeStyle=orthogonalEdgeStyle;rounded=0;orthogonalLoop=1;jettySize=auto;html=1;exitX=0.75;exitY=1;exitDx=0;exitDy=0;" target="0jYzeJ2Ehw4HYuAYkjmJ-41">
+           <mxGeometry relative="1" as="geometry" />
+         </mxCell>
+         <mxCell id="0jYzeJ2Ehw4HYuAYkjmJ-46" edge="1" parent="1" source="0jYzeJ2Ehw4HYuAYkjmJ-32" style="edgeStyle=orthogonalEdgeStyle;rounded=0;orthogonalLoop=1;jettySize=auto;html=1;exitX=0.75;exitY=1;exitDx=0;exitDy=0;" target="0jYzeJ2Ehw4HYuAYkjmJ-42">
+           <mxGeometry relative="1" as="geometry" />
+         </mxCell>
+         <mxCell id="0jYzeJ2Ehw4HYuAYkjmJ-48" connectable="0" parent="0jYzeJ2Ehw4HYuAYkjmJ-46" style="edgeLabel;html=1;align=center;verticalAlign=middle;resizable=0;points=[];" value="&lt;span style=&quot;background-color: light-dark(#ffffff, var(--ge-dark-color, #121212)); color: light-dark(rgb(0, 0, 0), rgb(255, 255, 255));&quot;&gt;以数据库授权信息为准&lt;/span&gt;&lt;div&gt;&lt;span style=&quot;background-color: light-dark(#ffffff, var(--ge-dark-color, #121212)); color: light-dark(rgb(0, 0, 0), rgb(255, 255, 255));&quot;&gt;更新各系统MCP网关认证插件配置&lt;/span&gt;&lt;/div&gt;" vertex="1">
+           <mxGeometry relative="1" x="-0.5968" y="1" as="geometry">
+             <mxPoint x="25" y="-3" as="offset" />
+           </mxGeometry>
+         </mxCell>
+         <mxCell id="0jYzeJ2Ehw4HYuAYkjmJ-32" parent="1" style="rounded=0;whiteSpace=wrap;html=1;" value="定时任务" vertex="1">
+           <mxGeometry height="82" width="120" x="1477" y="868" as="geometry" />
+         </mxCell>
+         <mxCell id="0jYzeJ2Ehw4HYuAYkjmJ-33" parent="1" style="shape=cylinder3;whiteSpace=wrap;html=1;boundedLbl=1;backgroundOutline=1;size=15;" value="OB数据库" vertex="1">
+           <mxGeometry height="80" width="96" x="1408" y="1007" as="geometry" />
+         </mxCell>
+         <mxCell id="0jYzeJ2Ehw4HYuAYkjmJ-35" edge="1" parent="1" source="0jYzeJ2Ehw4HYuAYkjmJ-34" style="edgeStyle=orthogonalEdgeStyle;rounded=0;orthogonalLoop=1;jettySize=auto;html=1;exitX=0.5;exitY=0.5;exitDx=0;exitDy=0;exitPerimeter=0;" target="0jYzeJ2Ehw4HYuAYkjmJ-29">
+           <mxGeometry relative="1" as="geometry" />
+         </mxCell>
+         <mxCell id="0jYzeJ2Ehw4HYuAYkjmJ-38" connectable="0" parent="0jYzeJ2Ehw4HYuAYkjmJ-35" style="edgeLabel;html=1;align=center;verticalAlign=middle;resizable=0;points=[];" value="1. 保存各系统网关信息&lt;div&gt;2. 保存各系统mcp服务&lt;/div&gt;&lt;div&gt;授权列表&lt;/div&gt;" vertex="1">
+           <mxGeometry relative="1" x="-0.2328" as="geometry">
+             <mxPoint x="-1" as="offset" />
+           </mxGeometry>
+         </mxCell>
+         <mxCell id="0jYzeJ2Ehw4HYuAYkjmJ-34" parent="1" style="shape=umlActor;verticalLabelPosition=bottom;verticalAlign=top;html=1;outlineConnect=0;" value="平台超管" vertex="1">
+           <mxGeometry height="60" width="30" x="1110" y="879" as="geometry" />
+         </mxCell>
+         <mxCell id="0jYzeJ2Ehw4HYuAYkjmJ-36" edge="1" parent="1" source="0jYzeJ2Ehw4HYuAYkjmJ-29" style="edgeStyle=orthogonalEdgeStyle;rounded=0;orthogonalLoop=1;jettySize=auto;html=1;exitX=0.5;exitY=1;exitDx=0;exitDy=0;entryX=0;entryY=0.5;entryDx=0;entryDy=0;entryPerimeter=0;" target="0jYzeJ2Ehw4HYuAYkjmJ-33">
+           <mxGeometry relative="1" as="geometry" />
+         </mxCell>
+         <mxCell id="0jYzeJ2Ehw4HYuAYkjmJ-39" edge="1" parent="1" source="0jYzeJ2Ehw4HYuAYkjmJ-32" style="edgeStyle=orthogonalEdgeStyle;rounded=0;orthogonalLoop=1;jettySize=auto;html=1;exitX=0.5;exitY=1;exitDx=0;exitDy=0;entryX=1;entryY=0.5;entryDx=0;entryDy=0;entryPerimeter=0;" target="0jYzeJ2Ehw4HYuAYkjmJ-33">
+           <mxGeometry relative="1" as="geometry" />
+         </mxCell>
+         <mxCell id="0jYzeJ2Ehw4HYuAYkjmJ-47" connectable="0" parent="0jYzeJ2Ehw4HYuAYkjmJ-39" style="edgeLabel;html=1;align=center;verticalAlign=middle;resizable=0;points=[];" value="定时查询各系&lt;div&gt;统MCP server授权信息&lt;/div&gt;" vertex="1">
+           <mxGeometry relative="1" x="-0.2385" as="geometry">
+             <mxPoint x="25" y="21" as="offset" />
+           </mxGeometry>
+         </mxCell>
+         <mxCell id="0jYzeJ2Ehw4HYuAYkjmJ-40" parent="1" style="rounded=0;whiteSpace=wrap;html=1;" value="系统A&lt;div&gt;MCP网关&lt;/div&gt;" vertex="1">
+           <mxGeometry height="60" width="120" x="1674" y="1027" as="geometry" />
+         </mxCell>
+         <mxCell id="0jYzeJ2Ehw4HYuAYkjmJ-41" parent="1" style="rounded=0;whiteSpace=wrap;html=1;" value="系统B&lt;div&gt;MCP网关&lt;/div&gt;" vertex="1">
+           <mxGeometry height="60" width="120" x="1832" y="1025" as="geometry" />
+         </mxCell>
+         <mxCell id="0jYzeJ2Ehw4HYuAYkjmJ-42" parent="1" style="rounded=0;whiteSpace=wrap;html=1;" value="系统C&lt;div&gt;MCP网关&lt;/div&gt;" vertex="1">
+           <mxGeometry height="60" width="120" x="1990" y="1025" as="geometry" />
+         </mxCell>
      </root>
    </mxGraphModel>
  </diagram>
</mxfile>
